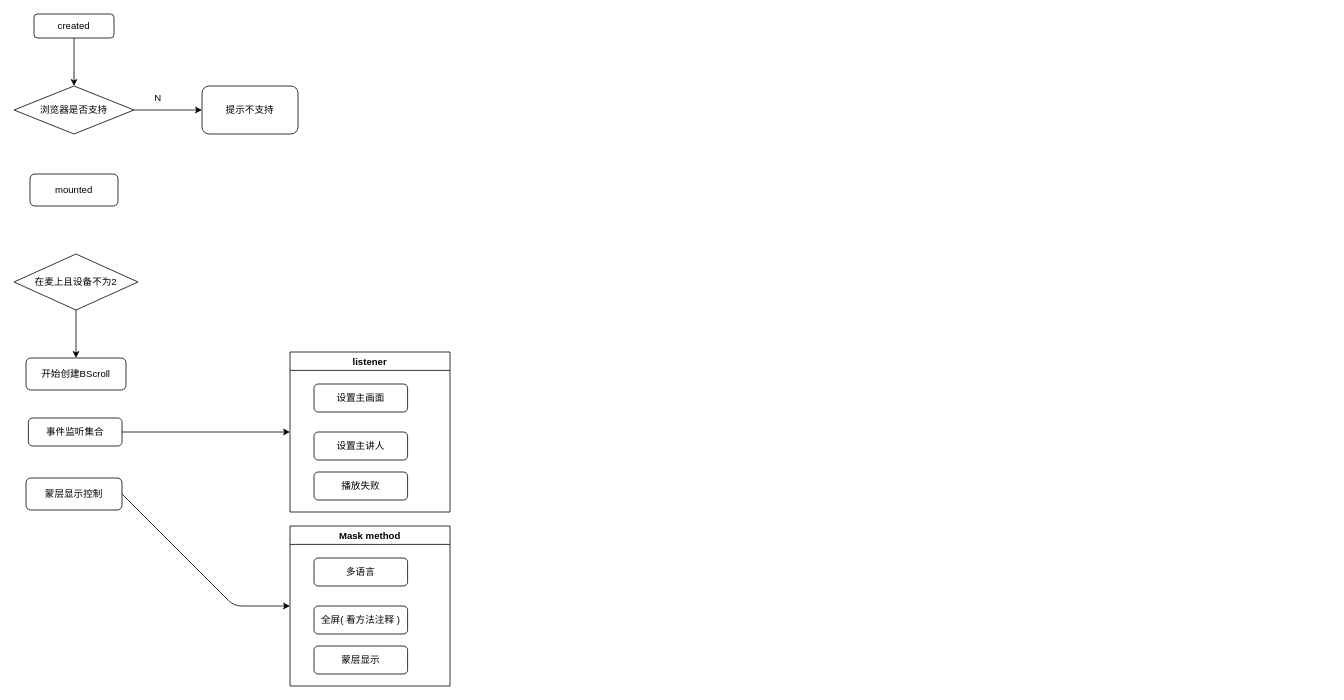
Earlier version of the draw.io diagram src/packages/wap-stream-list/doc/flow.drawio (github-zoqg/vhall-platform). Source tidied: cells renumbered, new cells numbered last; positions are measured from the earlier drawing's top-left corner, leaving out a move shared by most shapes. Both pictures are drawn from the tidied source at 80%, with x=0, y=0 at pixel (14, 14).
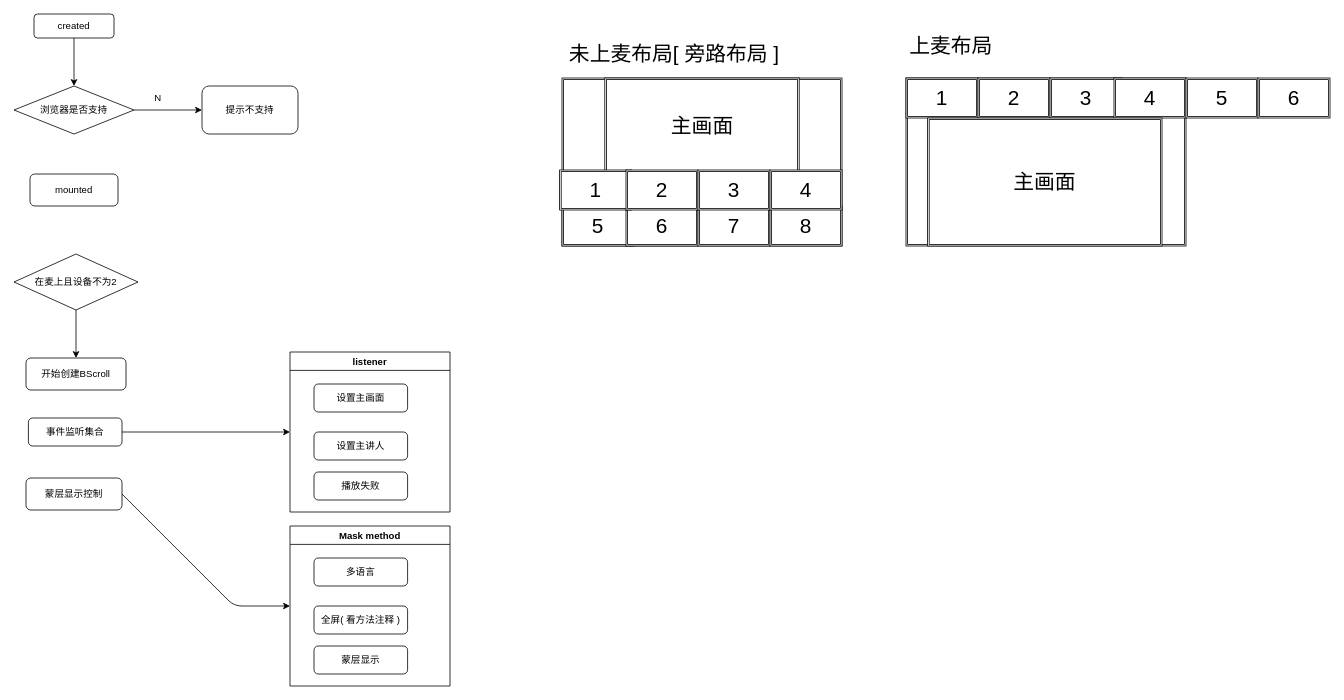
The same diagram, later.

The edit, as a diff of the source:
```diff
@@
+    <mxCell id="24" style="shape=ext;double=1;rounded=0;whiteSpace=wrap;html=1;" parent="1" vertex="1">
+      <mxGeometry x="685" y="80" width="350" height="210" as="geometry" />
+    </mxCell>
+    <mxCell id="25" value="&lt;font style=&quot;font-size: 26px&quot;&gt;未上麦布局[ 旁路布局 ]&lt;/font&gt;" style="text;html=1;align=center;verticalAlign=middle;strokeColor=none;fillColor=none;" parent="1" vertex="1">
+      <mxGeometry x="685" y="40" width="280" height="20" as="geometry" />
+    </mxCell>
+    <mxCell id="26" value="&lt;font style=&quot;font-size: 26px&quot;&gt;上麦布局&lt;/font&gt;" style="text;html=1;align=center;verticalAlign=middle;strokeColor=none;fillColor=none;" parent="1" vertex="1">
+      <mxGeometry x="1111" y="30" width="120" height="20" as="geometry" />
+    </mxCell>
+    <mxCell id="27" style="shape=ext;double=1;rounded=0;whiteSpace=wrap;html=1;" parent="1" vertex="1">
+      <mxGeometry x="1115" y="80" width="350" height="210" as="geometry" />
+    </mxCell>
+    <mxCell id="28" value="&lt;span&gt;主画面&lt;/span&gt;" style="shape=ext;double=1;rounded=0;whiteSpace=wrap;html=1;fontSize=26;" parent="1" vertex="1">
+      <mxGeometry x="738.5" y="80" width="243" height="120" as="geometry" />
+    </mxCell>
+    <mxCell id="29" value="5" style="shape=ext;double=1;rounded=0;whiteSpace=wrap;html=1;fontSize=26;" parent="1" vertex="1">
+      <mxGeometry x="685" y="240" width="90" height="50" as="geometry" />
+    </mxCell>
+    <mxCell id="30" value="6" style="shape=ext;double=1;rounded=0;whiteSpace=wrap;html=1;fontSize=26;" parent="1" vertex="1">
+      <mxGeometry x="765" y="240" width="90" height="50" as="geometry" />
+    </mxCell>
+    <mxCell id="31" value="7" style="shape=ext;double=1;rounded=0;whiteSpace=wrap;html=1;fontSize=26;" parent="1" vertex="1">
+      <mxGeometry x="855" y="240" width="90" height="50" as="geometry" />
+    </mxCell>
+    <mxCell id="32" value="8" style="shape=ext;double=1;rounded=0;whiteSpace=wrap;html=1;fontSize=26;" parent="1" vertex="1">
+      <mxGeometry x="945" y="240" width="90" height="50" as="geometry" />
+    </mxCell>
+    <mxCell id="33" value="1" style="shape=ext;double=1;rounded=0;whiteSpace=wrap;html=1;fontSize=26;" parent="1" vertex="1">
+      <mxGeometry x="682" y="195" width="90" height="50" as="geometry" />
+    </mxCell>
+    <mxCell id="34" value="2" style="shape=ext;double=1;rounded=0;whiteSpace=wrap;html=1;fontSize=26;" parent="1" vertex="1">
+      <mxGeometry x="765" y="195" width="90" height="50" as="geometry" />
+    </mxCell>
+    <mxCell id="35" value="3" style="shape=ext;double=1;rounded=0;whiteSpace=wrap;html=1;fontSize=26;" parent="1" vertex="1">
+      <mxGeometry x="855" y="195" width="90" height="50" as="geometry" />
+    </mxCell>
+    <mxCell id="36" value="4" style="shape=ext;double=1;rounded=0;whiteSpace=wrap;html=1;fontSize=26;" parent="1" vertex="1">
+      <mxGeometry x="945" y="195" width="90" height="50" as="geometry" />
+    </mxCell>
+    <mxCell id="37" value="1" style="shape=ext;double=1;rounded=0;whiteSpace=wrap;html=1;fontSize=26;" parent="1" vertex="1">
+      <mxGeometry x="1115" y="80" width="90" height="50" as="geometry" />
+    </mxCell>
+    <mxCell id="38" value="2" style="shape=ext;double=1;rounded=0;whiteSpace=wrap;html=1;fontSize=26;" parent="1" vertex="1">
+      <mxGeometry x="1205" y="80" width="90" height="50" as="geometry" />
+    </mxCell>
+    <mxCell id="39" value="3" style="shape=ext;double=1;rounded=0;whiteSpace=wrap;html=1;fontSize=26;" parent="1" vertex="1">
+      <mxGeometry x="1295" y="80" width="90" height="50" as="geometry" />
+    </mxCell>
+    <mxCell id="40" value="4" style="shape=ext;double=1;rounded=0;whiteSpace=wrap;html=1;fontSize=26;" parent="1" vertex="1">
+      <mxGeometry x="1375" y="80" width="90" height="50" as="geometry" />
+    </mxCell>
+    <mxCell id="41" value="5" style="shape=ext;double=1;rounded=0;whiteSpace=wrap;html=1;fontSize=26;" parent="1" vertex="1">
+      <mxGeometry x="1465" y="80" width="90" height="50" as="geometry" />
+    </mxCell>
+    <mxCell id="42" value="主画面" style="shape=ext;double=1;rounded=0;whiteSpace=wrap;html=1;fontSize=26;" parent="1" vertex="1">
+      <mxGeometry x="1142" y="130" width="293" height="160" as="geometry" />
+    </mxCell>
+    <mxCell id="43" value="6" style="shape=ext;double=1;rounded=0;whiteSpace=wrap;html=1;fontSize=26;" parent="1" vertex="1">
+      <mxGeometry x="1555" y="80" width="90" height="50" as="geometry" />
+    </mxCell>
```
